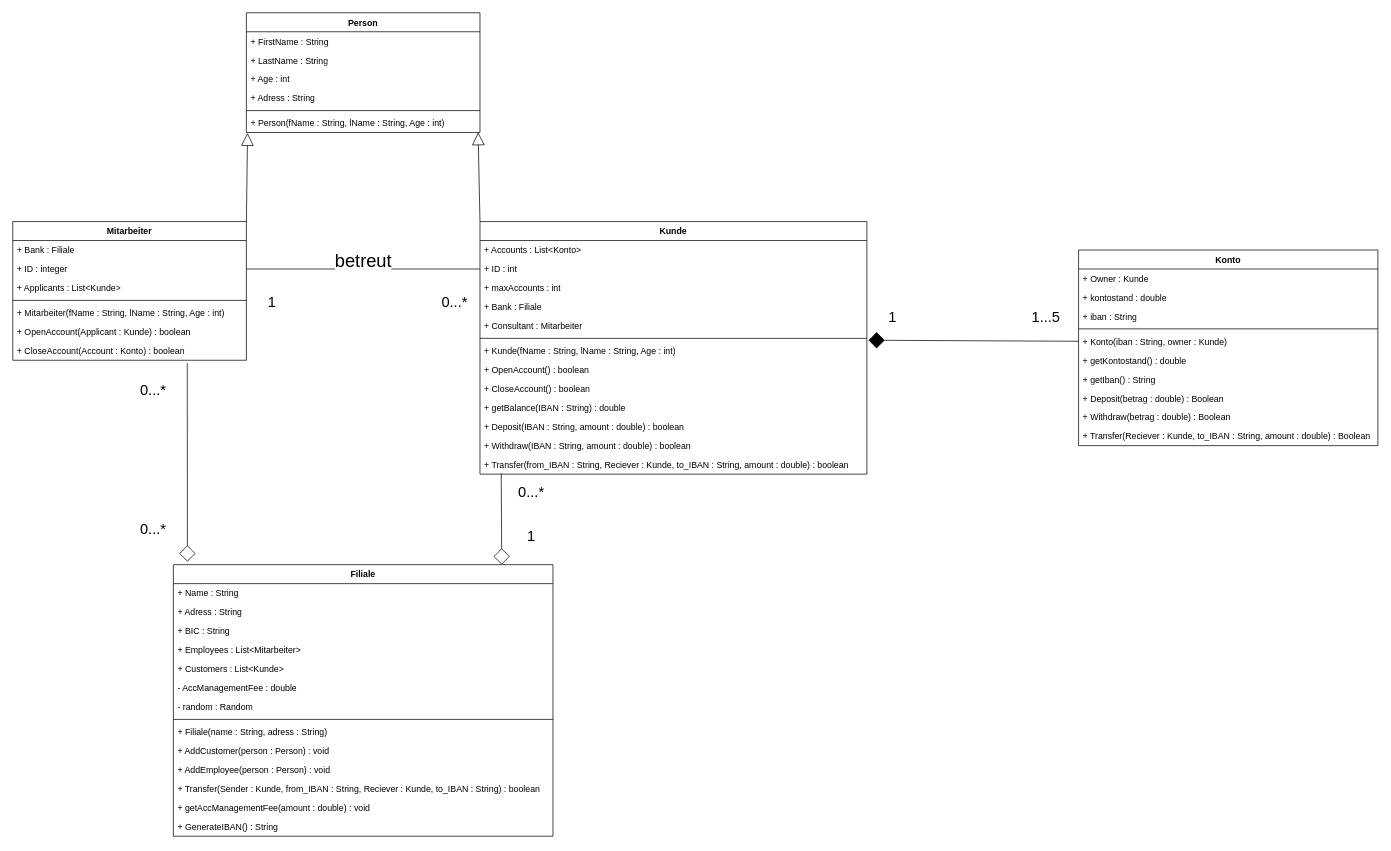
This is ClassDiagram.drawio from Jo-Broo/GuteLauneGeldhaus, a draw.io file, before an edit. Source tidied: cells renumbered, new cells numbered last; positions are measured from the earlier drawing's top-left corner, leaving out a move shared by most shapes. Both pictures are drawn from the tidied source at 73%, with x=0, y=0 at pixel (12, 12).
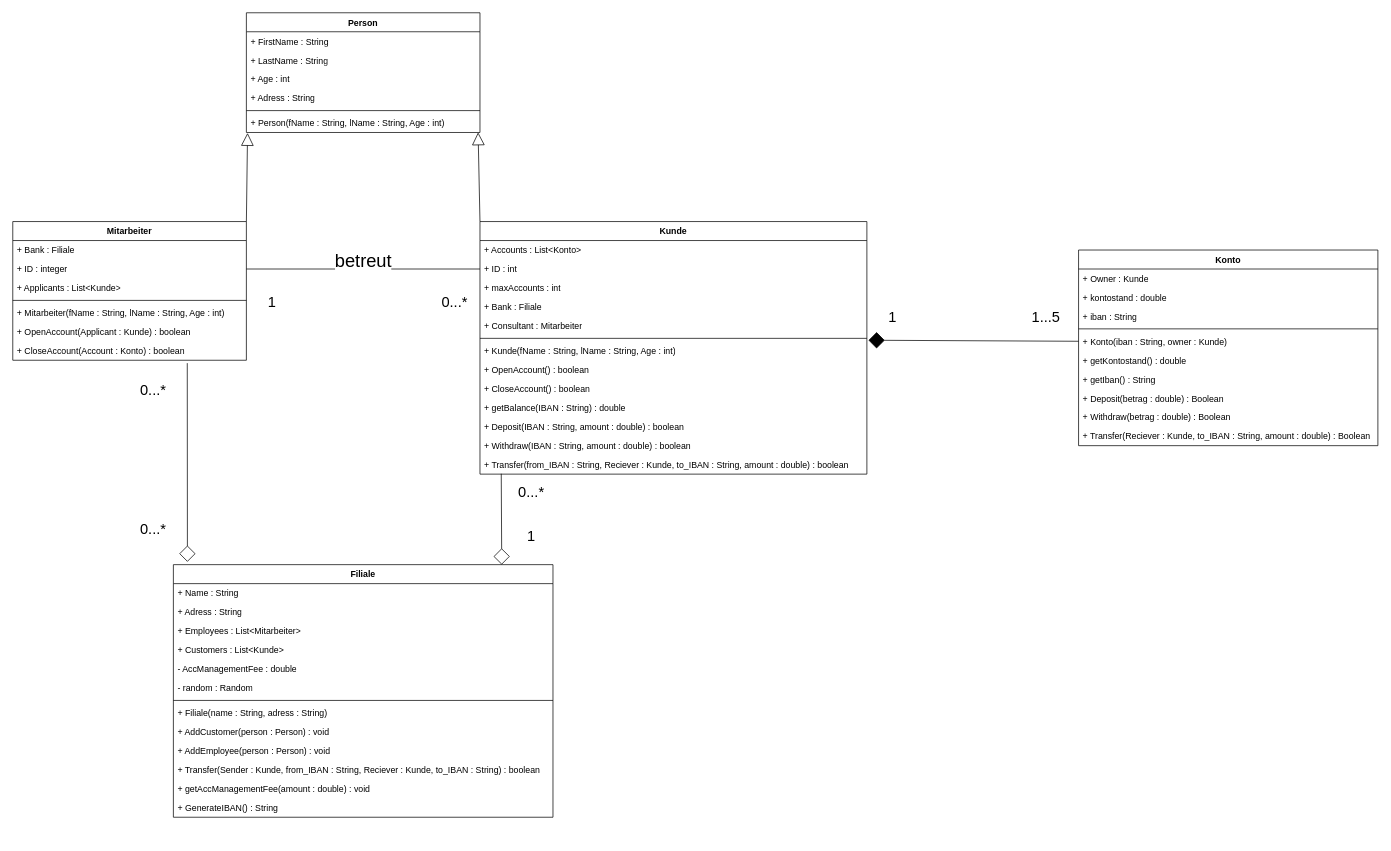
The same diagram, later.

Diff of the diagram source:
```diff
@@
     <mxCell id="31" value="Filiale" style="swimlane;fontStyle=1;align=center;verticalAlign=top;horizontal=1;startSize=26;whiteSpace=wrap;html=1;" parent="1" vertex="1">
-      <mxGeometry x="220" y="756" width="520" height="372" as="geometry" />
+      <mxGeometry x="220" y="756" width="520" height="346" as="geometry" />
     </mxCell>
@@
-    <mxCell id="34" value="+ BIC : String" style="text;strokeColor=none;fillColor=none;align=left;verticalAlign=top;spacingLeft=4;spacingRight=4;overflow=hidden;whiteSpace=wrap;html=1;" parent="31" vertex="1">
-      <mxGeometry y="78" width="520" height="26" as="geometry" />
-    </mxCell>
     <mxCell id="35" value="+ Employees : List&amp;lt;Mitarbeiter&amp;gt;" style="text;strokeColor=none;fillColor=none;align=left;verticalAlign=top;spacingLeft=4;spacingRight=4;overflow=hidden;whiteSpace=wrap;html=1;" parent="31" vertex="1">
-      <mxGeometry y="104" width="520" height="26" as="geometry" />
+      <mxGeometry y="78" width="520" height="26" as="geometry" />
     </mxCell>
     <mxCell id="36" value="+ Customers : List&amp;lt;Kunde&amp;gt;" style="text;strokeColor=none;fillColor=none;align=left;verticalAlign=top;spacingLeft=4;spacingRight=4;overflow=hidden;whiteSpace=wrap;html=1;" parent="31" vertex="1">
-      <mxGeometry y="130" width="520" height="26" as="geometry" />
+      <mxGeometry y="104" width="520" height="26" as="geometry" />
     </mxCell>
     <mxCell id="37" value="- AccManagementFee : double" style="text;strokeColor=none;fillColor=none;align=left;verticalAlign=top;spacingLeft=4;spacingRight=4;overflow=hidden;whiteSpace=wrap;html=1;" parent="31" vertex="1">
-      <mxGeometry y="156" width="520" height="26" as="geometry" />
+      <mxGeometry y="130" width="520" height="26" as="geometry" />
     </mxCell>
     <mxCell id="38" value="- random : Random" style="text;strokeColor=none;fillColor=none;align=left;verticalAlign=top;spacingLeft=4;spacingRight=4;overflow=hidden;whiteSpace=wrap;html=1;" parent="31" vertex="1">
-      <mxGeometry y="182" width="520" height="26" as="geometry" />
+      <mxGeometry y="156" width="520" height="26" as="geometry" />
     </mxCell>
     <mxCell id="39" style="line;strokeWidth=1;fillColor=none;align=left;verticalAlign=middle;spacingTop=-1;spacingLeft=3;spacingRight=3;labelPosition=right;strokeColor=inherit;" parent="31" vertex="1">
-      <mxGeometry y="208" width="520" height="8" as="geometry" />
+      <mxGeometry y="182" width="520" height="8" as="geometry" />
     </mxCell>
     <mxCell id="40" value="&lt;div&gt;+ Filiale(name : String, adress : String)&lt;/div&gt;" style="text;strokeColor=none;fillColor=none;align=left;verticalAlign=top;spacingLeft=4;spacingRight=4;overflow=hidden;whiteSpace=wrap;html=1;" parent="31" vertex="1">
-      <mxGeometry y="216" width="520" height="26" as="geometry" />
+      <mxGeometry y="190" width="520" height="26" as="geometry" />
     </mxCell>
     <mxCell id="41" value="+ AddCustomer(person : Person) : void&lt;div&gt;&lt;br&gt;&lt;/div&gt;" style="text;strokeColor=none;fillColor=none;align=left;verticalAlign=top;spacingLeft=4;spacingRight=4;overflow=hidden;whiteSpace=wrap;html=1;" parent="31" vertex="1">
-      <mxGeometry y="242" width="520" height="26" as="geometry" />
+      <mxGeometry y="216" width="520" height="26" as="geometry" />
     </mxCell>
     <mxCell id="42" value="&lt;div&gt;+ AddEmployee(person : Person) : void&lt;/div&gt;" style="text;strokeColor=none;fillColor=none;align=left;verticalAlign=top;spacingLeft=4;spacingRight=4;overflow=hidden;whiteSpace=wrap;html=1;" parent="31" vertex="1">
-      <mxGeometry y="268" width="520" height="26" as="geometry" />
+      <mxGeometry y="242" width="520" height="26" as="geometry" />
     </mxCell>
     <mxCell id="43" value="&lt;div&gt;+ Transfer(Sender : Kunde, from_IBAN : String, Reciever : Kunde, to_IBAN : String) : boolean&lt;/div&gt;" style="text;strokeColor=none;fillColor=none;align=left;verticalAlign=top;spacingLeft=4;spacingRight=4;overflow=hidden;whiteSpace=wrap;html=1;" parent="31" vertex="1">
-      <mxGeometry y="294" width="520" height="26" as="geometry" />
+      <mxGeometry y="268" width="520" height="26" as="geometry" />
     </mxCell>
     <mxCell id="44" value="&lt;div&gt;+ getAccManagementFee(amount : double) : void&lt;/div&gt;" style="text;strokeColor=none;fillColor=none;align=left;verticalAlign=top;spacingLeft=4;spacingRight=4;overflow=hidden;whiteSpace=wrap;html=1;" parent="31" vertex="1">
-      <mxGeometry y="320" width="520" height="26" as="geometry" />
+      <mxGeometry y="294" width="520" height="26" as="geometry" />
     </mxCell>
     <mxCell id="45" value="&lt;div&gt;+ GenerateIBAN() : String&lt;/div&gt;" style="text;strokeColor=none;fillColor=none;align=left;verticalAlign=top;spacingLeft=4;spacingRight=4;overflow=hidden;whiteSpace=wrap;html=1;" parent="31" vertex="1">
-      <mxGeometry y="346" width="520" height="26" as="geometry" />
+      <mxGeometry y="320" width="520" height="26" as="geometry" />
     </mxCell>
```
